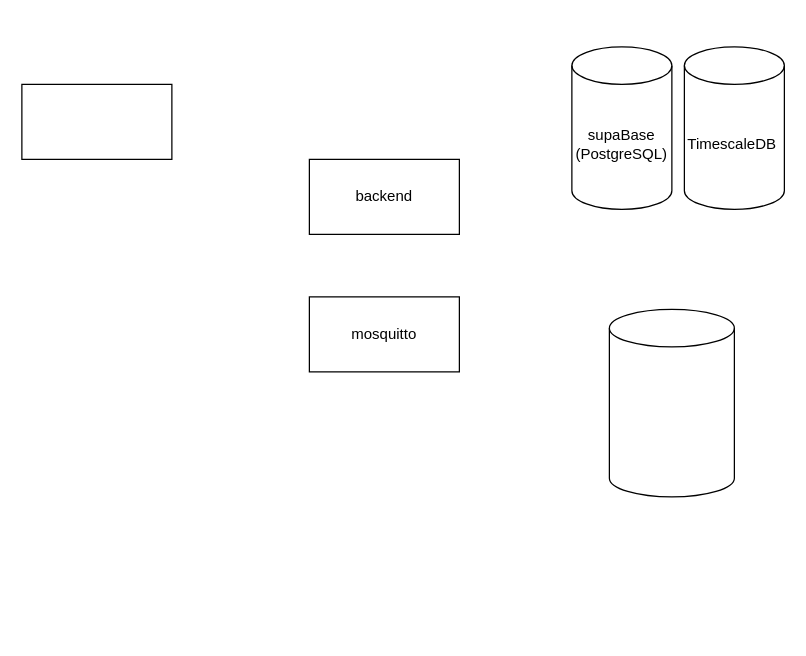
This is digitalOcean.drawio from AHML47/CAISSE, a draw.io file, before an edit. Source tidied: cells renumbered, new cells numbered last; positions are measured from the earlier drawing's top-left corner, leaving out a move shared by most shapes. Both pictures are drawn from the tidied source at 125%, with x=0, y=0 at pixel (21, 46).
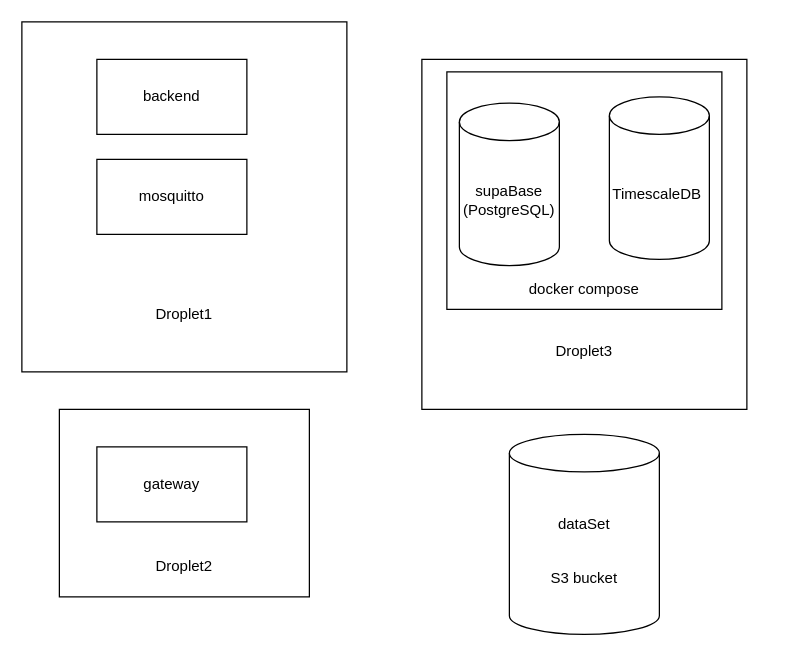
Above is the later version.

The edit, as a diff of the source:
```diff
@@
 <mxGraphModel>
   <root>
     <mxCell id="0" />
     <mxCell id="1" parent="0" />
+    <mxCell id="8" value="&lt;div&gt;&lt;br&gt;&lt;/div&gt;&lt;div&gt;&lt;br&gt;&lt;/div&gt;&lt;div&gt;&lt;br&gt;&lt;/div&gt;&lt;div&gt;&lt;br&gt;&lt;/div&gt;&lt;div&gt;&lt;br&gt;&lt;/div&gt;&lt;div&gt;&lt;br&gt;&lt;/div&gt;&lt;div&gt;&lt;br&gt;&lt;/div&gt;&lt;div&gt;&lt;br&gt;&lt;/div&gt;&lt;div&gt;&lt;br&gt;&lt;/div&gt;&lt;div&gt;&lt;br&gt;&lt;/div&gt;&lt;div&gt;&lt;br&gt;&lt;/div&gt;&lt;div&gt;&lt;br&gt;&lt;/div&gt;&lt;div&gt;&lt;br&gt;&lt;/div&gt;&lt;div&gt;Droplet3&lt;/div&gt;" style="rounded=0;whiteSpace=wrap;html=1;" parent="1" vertex="1">
+      <mxGeometry x="320" y="10" width="260" height="280" as="geometry" />
+    </mxCell>
+    <mxCell id="9" value="&lt;div&gt;&lt;br&gt;&lt;/div&gt;&lt;div&gt;&lt;br&gt;&lt;/div&gt;&lt;div&gt;&lt;br&gt;&lt;/div&gt;&lt;div&gt;&lt;br&gt;&lt;/div&gt;&lt;div&gt;&lt;br&gt;&lt;/div&gt;&lt;div&gt;&lt;br&gt;&lt;/div&gt;&lt;div&gt;&lt;br&gt;&lt;/div&gt;&lt;div&gt;&lt;br&gt;&lt;/div&gt;&lt;div&gt;&lt;br&gt;&lt;/div&gt;&lt;div&gt;&lt;br&gt;&lt;/div&gt;&lt;div&gt;&lt;br&gt;&lt;/div&gt;&lt;div&gt;docker compose&lt;/div&gt;" style="rounded=0;whiteSpace=wrap;html=1;" parent="1" vertex="1">
+      <mxGeometry x="340" y="20" width="220" height="190" as="geometry" />
+    </mxCell>
+    <mxCell id="10" value="&lt;div&gt;&lt;br&gt;&lt;/div&gt;&lt;div&gt;&lt;br&gt;&lt;/div&gt;&lt;div&gt;&lt;br&gt;&lt;/div&gt;&lt;div&gt;&lt;br&gt;&lt;/div&gt;&lt;div&gt;&lt;br&gt;&lt;/div&gt;&lt;div&gt;&lt;br&gt;&lt;/div&gt;&lt;div&gt;&lt;br&gt;&lt;/div&gt;&lt;div&gt;&lt;br&gt;&lt;/div&gt;&lt;div&gt;&lt;br&gt;&lt;/div&gt;&lt;div&gt;&lt;br&gt;&lt;/div&gt;&lt;div&gt;&lt;br&gt;&lt;/div&gt;&lt;div&gt;&lt;br&gt;&lt;/div&gt;&lt;div&gt;&lt;br&gt;&lt;/div&gt;&lt;div&gt;Droplet1&lt;/div&gt;" style="rounded=0;whiteSpace=wrap;html=1;" parent="1" vertex="1">
+      <mxGeometry y="-20" width="260" height="280" as="geometry" />
+    </mxCell>
+    <mxCell id="7" value="dataSet&lt;div&gt;&lt;br&gt;&lt;/div&gt;&lt;div&gt;&lt;br&gt;&lt;/div&gt;&lt;div&gt;S3 bucket&lt;/div&gt;" style="shape=cylinder3;whiteSpace=wrap;html=1;boundedLbl=1;backgroundOutline=1;size=15;" parent="1" vertex="1">
+      <mxGeometry x="390" y="310" width="120" height="160" as="geometry" />
+    </mxCell>
+    <mxCell id="4" value="mosquitto" style="rounded=0;whiteSpace=wrap;html=1;" parent="1" vertex="1">
+      <mxGeometry x="60" y="90" width="120" height="60" as="geometry" />
+    </mxCell>
+    <mxCell id="5" value="backend" style="rounded=0;whiteSpace=wrap;html=1;" parent="1" vertex="1">
+      <mxGeometry x="60" y="10" width="120" height="60" as="geometry" />
+    </mxCell>
+    <mxCell id="11" value="&lt;div&gt;&lt;br&gt;&lt;/div&gt;&lt;div&gt;&lt;br&gt;&lt;/div&gt;&lt;div&gt;&lt;br&gt;&lt;/div&gt;&lt;div&gt;&lt;br&gt;&lt;/div&gt;&lt;div&gt;&lt;br&gt;&lt;/div&gt;&lt;div&gt;&lt;br&gt;&lt;/div&gt;&lt;div&gt;&lt;br&gt;&lt;/div&gt;&lt;div&gt;Droplet2&lt;/div&gt;" style="rounded=0;whiteSpace=wrap;html=1;" parent="1" vertex="1">
+      <mxGeometry x="30" y="290" width="200" height="150" as="geometry" />
+    </mxCell>
+    <mxCell id="6" value="gateway" style="rounded=0;whiteSpace=wrap;html=1;" parent="1" vertex="1">
+      <mxGeometry x="60" y="320" width="120" height="60" as="geometry" />
+    </mxCell>
     <mxCell id="2" value="&lt;div&gt;supaBase&lt;/div&gt;(PostgreSQL)" style="shape=cylinder3;whiteSpace=wrap;html=1;boundedLbl=1;backgroundOutline=1;size=15;" parent="1" vertex="1">
-      <mxGeometry x="440" width="80" height="130" as="geometry" />
+      <mxGeometry x="350" y="45" width="80" height="130" as="geometry" />
     </mxCell>
     <mxCell id="3" value="TimescaleDB&amp;nbsp;" style="shape=cylinder3;whiteSpace=wrap;html=1;boundedLbl=1;backgroundOutline=1;size=15;" parent="1" vertex="1">
-      <mxGeometry x="530" width="80" height="130" as="geometry" />
+      <mxGeometry x="470" y="40" width="80" height="130" as="geometry" />
     </mxCell>
-    <mxCell id="4" value="mosquitto" style="rounded=0;whiteSpace=wrap;html=1;" parent="1" vertex="1">
-      <mxGeometry x="230" y="200" width="120" height="60" as="geometry" />
-    </mxCell>
-    <mxCell id="5" value="backend" style="rounded=0;whiteSpace=wrap;html=1;" parent="1" vertex="1">
-      <mxGeometry x="230" y="90" width="120" height="60" as="geometry" />
-    </mxCell>
-    <mxCell id="6" style="rounded=0;whiteSpace=wrap;html=1;" parent="1" vertex="1">
-      <mxGeometry y="30" width="120" height="60" as="geometry" />
-    </mxCell>
-    <mxCell id="7" style="shape=cylinder3;whiteSpace=wrap;html=1;boundedLbl=1;backgroundOutline=1;size=15;" parent="1" vertex="1">
-      <mxGeometry x="470" y="210" width="100" height="150" as="geometry" />
-    </mxCell>
   </root>
 </mxGraphModel>
```
